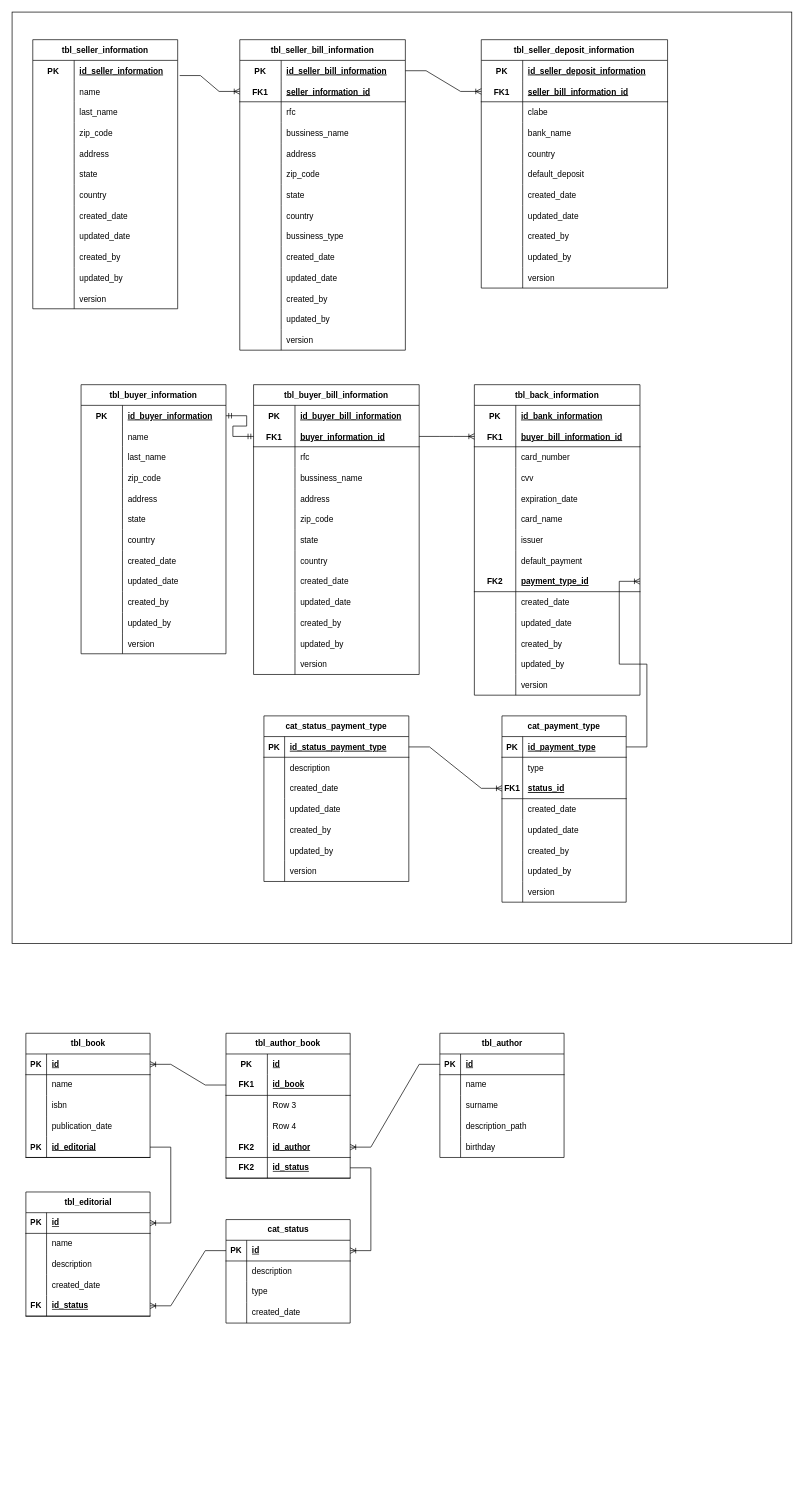
Abahafart/entity-relation keeps this draw.io diagram as Untitled Diagram.drawio. Above is the earlier version. Source tidied: cells renumbered, new cells numbered last; positions are measured from the earlier drawing's top-left corner, leaving out a move shared by most shapes. Both pictures are drawn from the tidied source at 69%, with x=0, y=0 at pixel (12, 12).
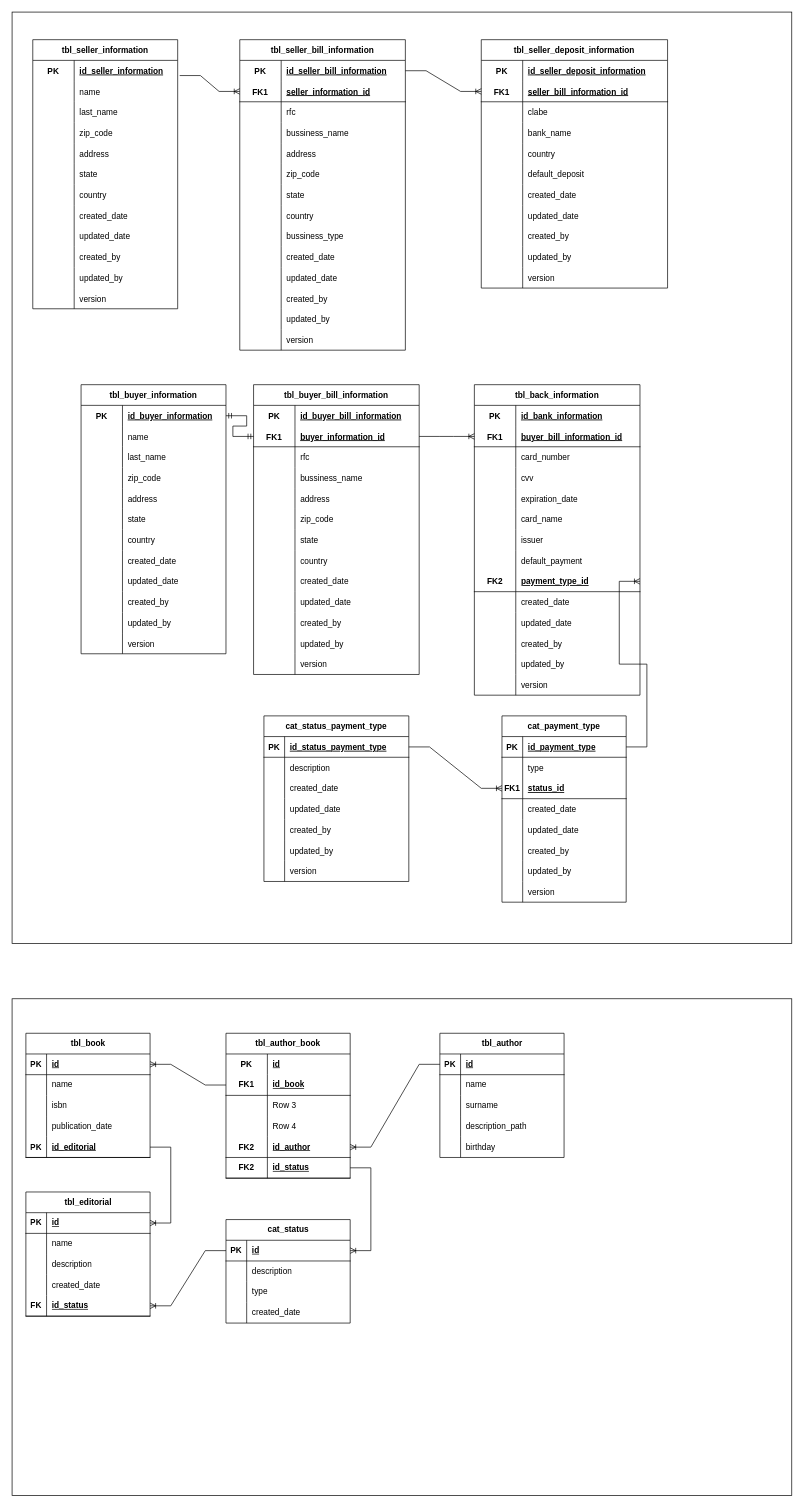
Above is the later version.

Diff of the diagram source:
```diff
@@
+    <mxCell id="375" style="rounded=0;whiteSpace=wrap;html=1;" parent="1" vertex="1">
+      <mxGeometry y="1430" width="1130" height="720" as="geometry" />
+    </mxCell>
```
